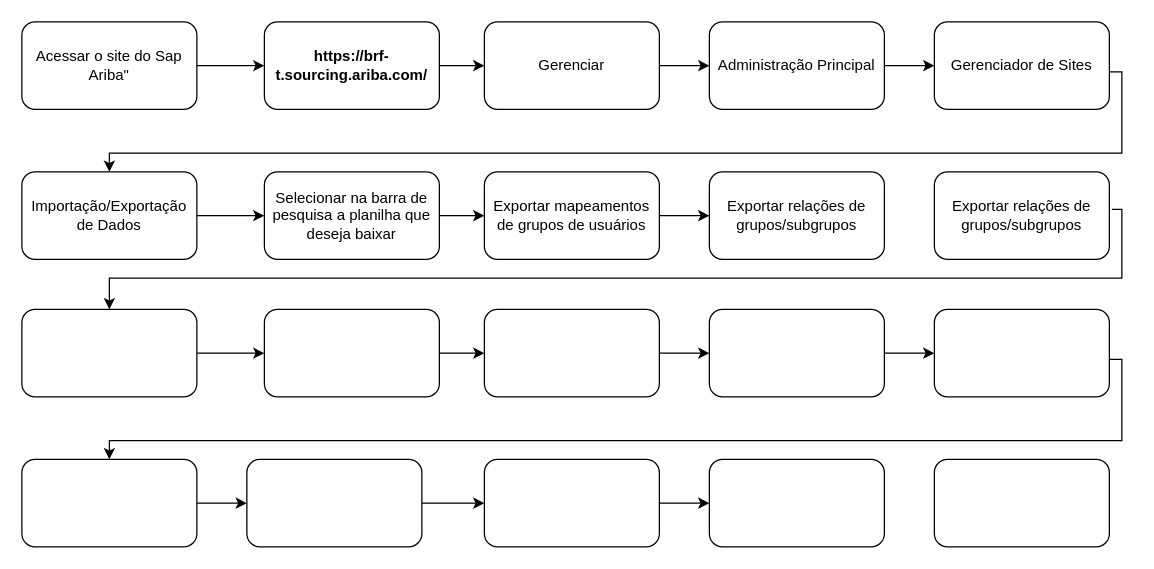
Earlier version of the draw.io diagram Diagrama detalhado - RCT087.drawio (leopartika/Meus-Projetos). Source tidied: cells renumbered, new cells numbered last; positions are measured from the earlier drawing's top-left corner, leaving out a move shared by most shapes. Both pictures are drawn from the tidied source at 125%, with x=0, y=0 at pixel (21, 21).
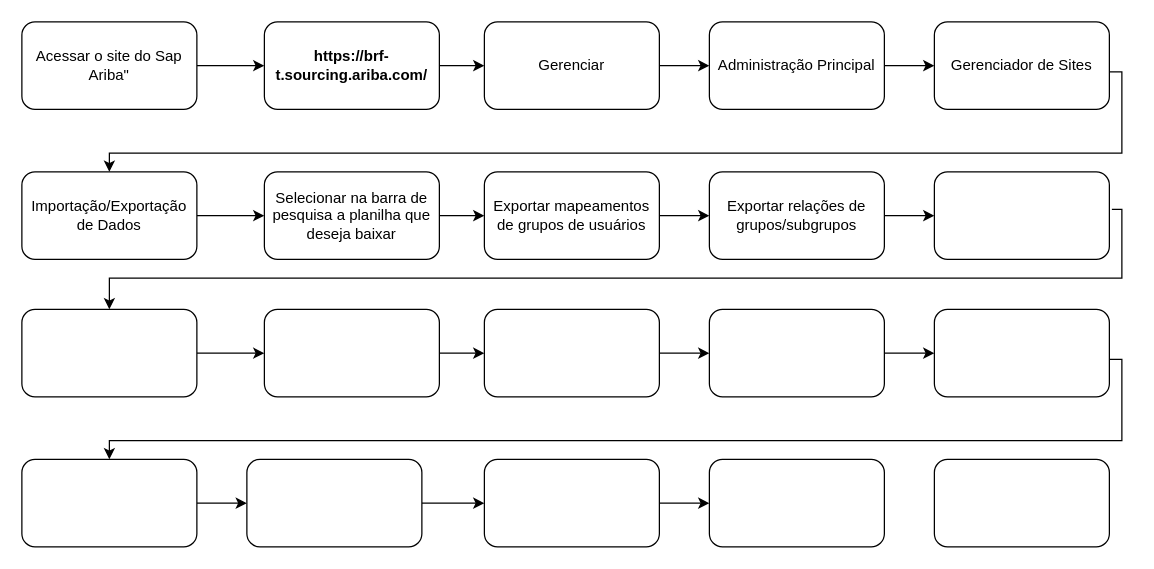
The same page after the edit.

Unchanged cells that the change refers to:
```xml
<mxCell id="18" value="Exportar relações de grupos/subgrupos" style="rounded=1;whiteSpace=wrap;html=1;" parent="1" vertex="1">
  <mxGeometry x="550" y="120" width="140" height="70" as="geometry" />
</mxCell>
```

What changed in the source:
```diff
@@
+    <mxCell id="39" style="edgeStyle=orthogonalEdgeStyle;rounded=0;jettySize=auto;html=1;" parent="1" edge="1" source="18" target="19">
+      <mxGeometry relative="1" as="geometry" />
+    </mxCell>
@@
-    <mxCell id="19" value="Exportar relações de grupos/subgrupos" style="rounded=1;whiteSpace=wrap;html=1;" parent="1" vertex="1">
+    <mxCell id="19" style="rounded=1;whiteSpace=wrap;html=1;" parent="1" vertex="1">
       <mxGeometry x="730" y="120" width="140" height="70" as="geometry" />
     </mxCell>
```
